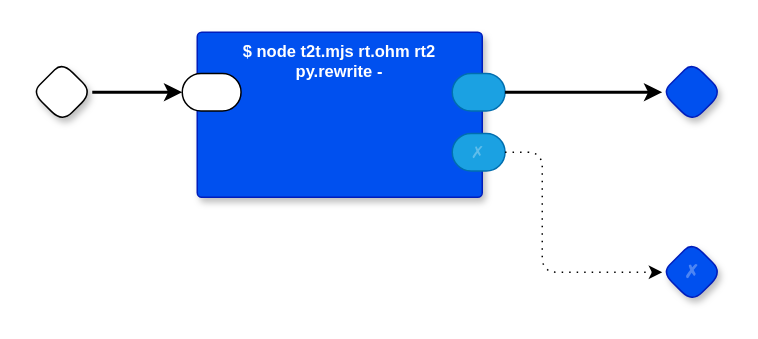
guitarvydas/rt keeps this draw.io diagram as page "RT to Python" (5 of 7) of rt2py.drawio. Above is the earlier version. Source tidied: cells renumbered, new cells numbered last; positions are measured from the earlier drawing's top-left corner, leaving out a move shared by most shapes. Both pictures are drawn from the tidied source at 150%, with x=0, y=0 at pixel (32, 32).
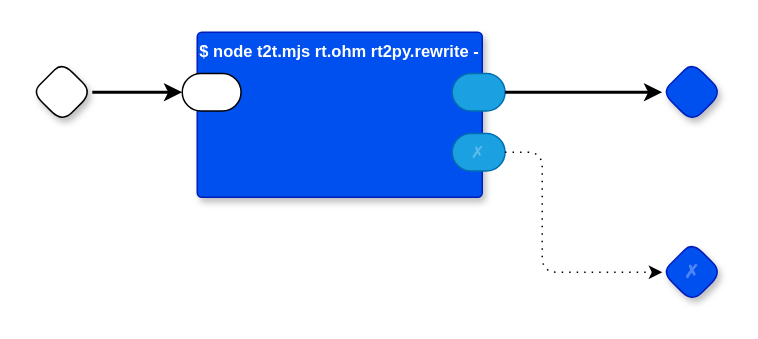
The same diagram, later.

Diff of the diagram source:
```diff
@@
 <mxGraphModel>
   <root>
     <mxCell id="0" />
     <mxCell id="1" parent="0" />
     <mxCell id="2" style="rhombus;whiteSpace=wrap;html=1;rounded=1;fontStyle=1;glass=0;sketch=0;fontSize=12;points=[[0,0.5,0,0,0],[0.5,0,0,0,0],[0.5,1,0,0,0],[1,0.5,0,0,0]];shadow=1;fontFamily=Helvetica;fontColor=default;" parent="1" vertex="1">
       <mxGeometry y="20" width="40" height="40" as="geometry" />
     </mxCell>
     <mxCell id="3" style="rhombus;whiteSpace=wrap;html=1;rounded=1;fontStyle=1;glass=0;sketch=0;fontSize=12;points=[[0,0.5,0,0,0],[0.5,0,0,0,0],[0.5,1,0,0,0],[1,0.5,0,0,0]];shadow=1;fillColor=#0050ef;fontColor=#ffffff;strokeColor=#001DBC;fontFamily=Helvetica;" parent="1" vertex="1">
       <mxGeometry x="420" y="20" width="40" height="40" as="geometry" />
     </mxCell>
     <mxCell id="4" value="✗" style="rhombus;whiteSpace=wrap;html=1;rounded=1;fillColor=#0050ef;fontColor=#ffffff;strokeColor=#001DBC;fontStyle=1;glass=0;sketch=0;fontSize=12;points=[[0,0.5,0,0,0],[0.5,0,0,0,0],[0.5,1,0,0,0],[1,0.5,0,0,0]];shadow=1;textOpacity=30;" parent="1" vertex="1">
       <mxGeometry x="420" y="140" width="40" height="40" as="geometry" />
     </mxCell>
-    <mxCell id="5" value="$ node t2t.mjs rt.ohm rt2&lt;br&gt;py.rewrite -" style="rounded=1;whiteSpace=wrap;html=1;sketch=0;verticalAlign=top;arcSize=6;fontStyle=1;absoluteArcSize=1;shadow=1;strokeColor=#001DBC;fillColor=#0050ef;fontColor=#ffffff;fontFamily=Helvetica;fontSize=11;" parent="1" vertex="1">
+    <mxCell id="5" value="$ node t2t.mjs rt.ohm rt2py.rewrite -" style="rounded=1;sketch=0;verticalAlign=top;arcSize=6;fontStyle=1;absoluteArcSize=1;shadow=1;strokeColor=#001DBC;fillColor=#0050ef;fontColor=#ffffff;fontFamily=Helvetica;fontSize=11;" parent="1" vertex="1">
       <mxGeometry x="110" width="190" height="110" as="geometry" />
     </mxCell>
     <mxCell id="6" style="rounded=1;whiteSpace=wrap;html=1;sketch=0;points=[[0,0.5,0,0,0],[1,0.5,0,0,0]];arcSize=50;fontFamily=Helvetica;fontSize=11;fontColor=default;" parent="5" vertex="1">
       <mxGeometry x="-10" y="27.5" width="39.2" height="25" as="geometry" />
     </mxCell>
     <mxCell id="7" style="rounded=1;whiteSpace=wrap;html=1;sketch=0;points=[[0,0.5,0,0,0],[1,0.5,0,0,0]];fillColor=#1ba1e2;fontColor=#ffffff;strokeColor=#006EAF;arcSize=50;fontFamily=Helvetica;fontSize=11;" parent="5" vertex="1">
       <mxGeometry x="170" y="27.5" width="35.2" height="25" as="geometry" />
     </mxCell>
     <mxCell id="8" value="✗" style="rounded=1;whiteSpace=wrap;html=1;sketch=0;points=[[0,0.5,0,0,0],[1,0.5,0,0,0]];fillColor=#1ba1e2;fontColor=#ffffff;strokeColor=#006EAF;arcSize=50;fontFamily=Helvetica;fontSize=11;textOpacity=30;" parent="5" vertex="1">
       <mxGeometry x="170" y="67.5" width="35.2" height="25" as="geometry" />
     </mxCell>
     <mxCell id="9" style="edgeStyle=orthogonalEdgeStyle;rounded=0;jettySize=auto;html=1;exitX=1;exitY=0.5;exitDx=0;exitDy=0;exitPerimeter=0;entryX=0;entryY=0.5;entryDx=0;entryDy=0;entryPerimeter=0;strokeWidth=2;" parent="1" edge="1" source="2" target="6">
       <mxGeometry relative="1" as="geometry" />
     </mxCell>
     <mxCell id="10" style="edgeStyle=orthogonalEdgeStyle;rounded=0;jettySize=auto;html=1;exitX=1;exitY=0.5;exitDx=0;exitDy=0;exitPerimeter=0;strokeWidth=2;entryX=0;entryY=0.5;entryDx=0;entryDy=0;entryPerimeter=0;" parent="1" edge="1" source="7" target="3">
       <mxGeometry relative="1" as="geometry" />
     </mxCell>
     <mxCell id="11" style="edgeStyle=orthogonalEdgeStyle;rounded=1;jettySize=auto;html=1;exitX=1;exitY=0.5;exitDx=0;exitDy=0;exitPerimeter=0;entryX=0;entryY=0.5;entryDx=0;entryDy=0;entryPerimeter=0;curved=0;dashed=1;dashPattern=1 4;" parent="1" edge="1" source="8" target="4">
       <mxGeometry relative="1" as="geometry">
         <Array as="points">
           <mxPoint x="340" y="80" />
           <mxPoint x="340" y="160" />
         </Array>
       </mxGeometry>
     </mxCell>
   </root>
 </mxGraphModel>
```
